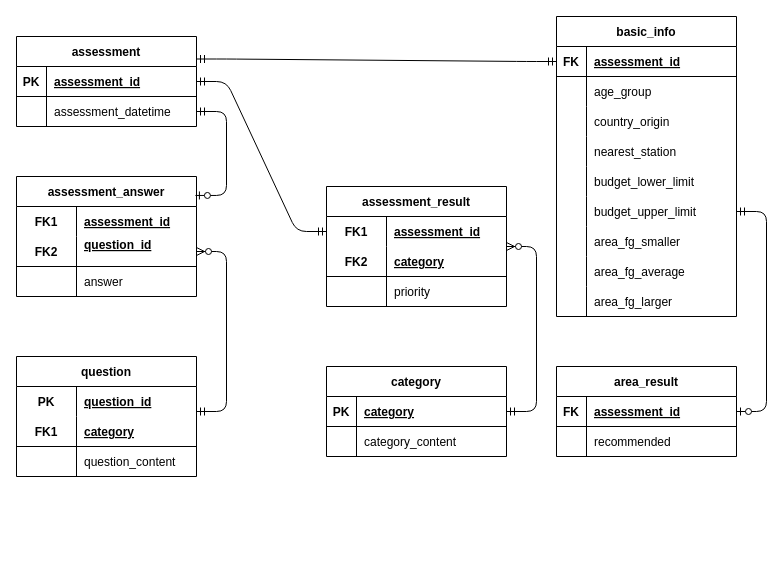
Before: db_control/er_physical.dio in taiji-nakam/NoHarass_back2, a draw.io diagram. Source tidied: cells renumbered, new cells numbered last; positions are measured from the earlier drawing's top-left corner, leaving out a move shared by most shapes. Both pictures are drawn from the tidied source at 100%, with x=0, y=0 at pixel (16, 16).
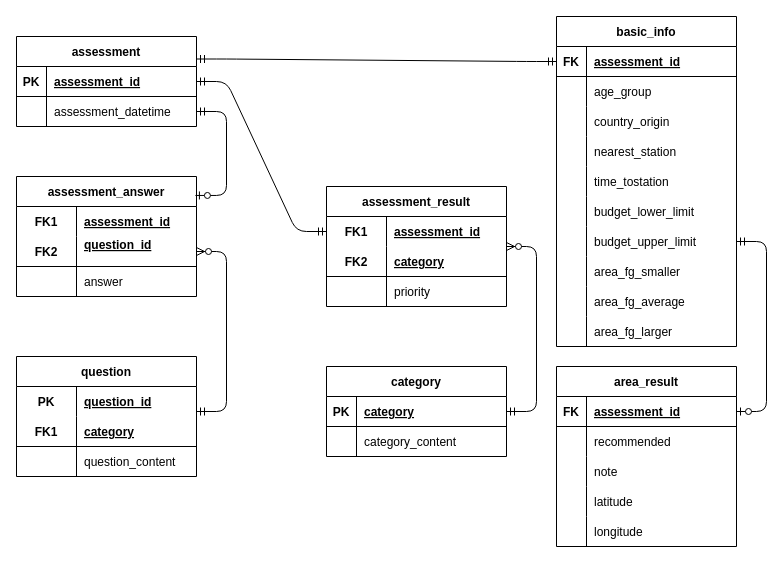
The same diagram, later.

The edit, as a diff of the source:
```diff
@@
     <mxCell id="2" value="basic_info" style="shape=table;startSize=30;childLayout=tableLayout;rowLines=0;fontStyle=1;align=center;" parent="1" vertex="1">
-      <mxGeometry x="540" width="180" height="300" as="geometry" />
+      <mxGeometry x="540" width="180" height="330" as="geometry" />
     </mxCell>
@@
+    <mxCell id="87" style="shape=tableRow;horizontal=0;startSize=0;swimlaneHead=0;swimlaneBody=0;fillColor=none;top=0;left=0;right=0;bottom=0;" parent="2" vertex="1">
+      <mxGeometry y="150" width="180" height="30" as="geometry" />
+    </mxCell>
+    <mxCell id="88" style="shape=partialRectangle;fillColor=none;top=0;left=0;bottom=0;right=0;overflow=hidden;" parent="87" vertex="1">
+      <mxGeometry width="30" height="30" as="geometry" />
+    </mxCell>
+    <mxCell id="89" value="time_tostation" style="shape=partialRectangle;fillColor=none;top=0;left=0;bottom=0;right=0;align=left;spacingLeft=6;overflow=hidden;" parent="87" vertex="1">
+      <mxGeometry x="30" width="150" height="30" as="geometry" />
+    </mxCell>
     <mxCell id="15" style="shape=tableRow;horizontal=0;startSize=0;swimlaneHead=0;swimlaneBody=0;fillColor=none;top=0;left=0;right=0;bottom=0;" parent="2" vertex="1">
-      <mxGeometry y="150" width="180" height="30" as="geometry" />
+      <mxGeometry y="180" width="180" height="30" as="geometry" />
     </mxCell>
@@
     <mxCell id="18" style="shape=tableRow;horizontal=0;startSize=0;swimlaneHead=0;swimlaneBody=0;fillColor=none;points=[[0,0.5],[1,0.5]];portConstraint=eastwest;top=0;left=0;right=0;bottom=0;" parent="2" vertex="1">
-      <mxGeometry y="180" width="180" height="30" as="geometry" />
+      <mxGeometry y="210" width="180" height="30" as="geometry" />
     </mxCell>
@@
     <mxCell id="21" style="shape=tableRow;horizontal=0;startSize=0;swimlaneHead=0;swimlaneBody=0;fillColor=none;top=0;left=0;right=0;bottom=0;" parent="2" vertex="1">
-      <mxGeometry y="210" width="180" height="30" as="geometry" />
+      <mxGeometry y="240" width="180" height="30" as="geometry" />
     </mxCell>
@@
     <mxCell id="24" style="shape=tableRow;horizontal=0;startSize=0;swimlaneHead=0;swimlaneBody=0;fillColor=none;top=0;left=0;right=0;bottom=0;" parent="2" vertex="1">
-      <mxGeometry y="240" width="180" height="30" as="geometry" />
+      <mxGeometry y="270" width="180" height="30" as="geometry" />
     </mxCell>
@@
     <mxCell id="27" style="shape=tableRow;horizontal=0;startSize=0;swimlaneHead=0;swimlaneBody=0;fillColor=none;top=0;left=0;right=0;bottom=0;" parent="2" vertex="1">
-      <mxGeometry y="270" width="180" height="30" as="geometry" />
+      <mxGeometry y="300" width="180" height="30" as="geometry" />
     </mxCell>
@@
     <mxCell id="69" value="area_result" style="shape=table;startSize=30;childLayout=tableLayout;rowLines=0;fontStyle=1;align=center;" parent="1" vertex="1">
-      <mxGeometry x="540" y="350" width="180" height="90" as="geometry" />
+      <mxGeometry x="540" y="350" width="180" height="180" as="geometry" />
     </mxCell>
@@
+    <mxCell id="90" style="shape=tableRow;horizontal=0;startSize=0;swimlaneHead=0;swimlaneBody=0;fillColor=none;top=0;left=0;right=0;bottom=0;" parent="69" vertex="1">
+      <mxGeometry y="90" width="180" height="30" as="geometry" />
+    </mxCell>
+    <mxCell id="91" style="shape=partialRectangle;fillColor=none;top=0;left=0;bottom=0;right=0;overflow=hidden;" parent="90" vertex="1">
+      <mxGeometry width="30" height="30" as="geometry" />
+    </mxCell>
+    <mxCell id="92" value="note" style="shape=partialRectangle;fillColor=none;top=0;left=0;bottom=0;right=0;align=left;spacingLeft=6;overflow=hidden;" parent="90" vertex="1">
+      <mxGeometry x="30" width="150" height="30" as="geometry" />
+    </mxCell>
+    <mxCell id="93" style="shape=tableRow;horizontal=0;startSize=0;swimlaneHead=0;swimlaneBody=0;fillColor=none;top=0;left=0;right=0;bottom=0;" parent="69" vertex="1">
+      <mxGeometry y="120" width="180" height="30" as="geometry" />
+    </mxCell>
+    <mxCell id="94" style="shape=partialRectangle;fillColor=none;top=0;left=0;bottom=0;right=0;overflow=hidden;" parent="93" vertex="1">
+      <mxGeometry width="30" height="30" as="geometry" />
+    </mxCell>
+    <mxCell id="95" value="latitude" style="shape=partialRectangle;fillColor=none;top=0;left=0;bottom=0;right=0;align=left;spacingLeft=6;overflow=hidden;" parent="93" vertex="1">
+      <mxGeometry x="30" width="150" height="30" as="geometry" />
+    </mxCell>
+    <mxCell id="96" style="shape=tableRow;horizontal=0;startSize=0;swimlaneHead=0;swimlaneBody=0;fillColor=none;top=0;left=0;right=0;bottom=0;" parent="69" vertex="1">
+      <mxGeometry y="150" width="180" height="30" as="geometry" />
+    </mxCell>
+    <mxCell id="97" style="shape=partialRectangle;fillColor=none;top=0;left=0;bottom=0;right=0;overflow=hidden;" parent="96" vertex="1">
+      <mxGeometry width="30" height="30" as="geometry" />
+    </mxCell>
+    <mxCell id="98" value="longitude" style="shape=partialRectangle;fillColor=none;top=0;left=0;bottom=0;right=0;align=left;spacingLeft=6;overflow=hidden;" parent="96" vertex="1">
+      <mxGeometry x="30" width="150" height="30" as="geometry" />
+    </mxCell>
```
